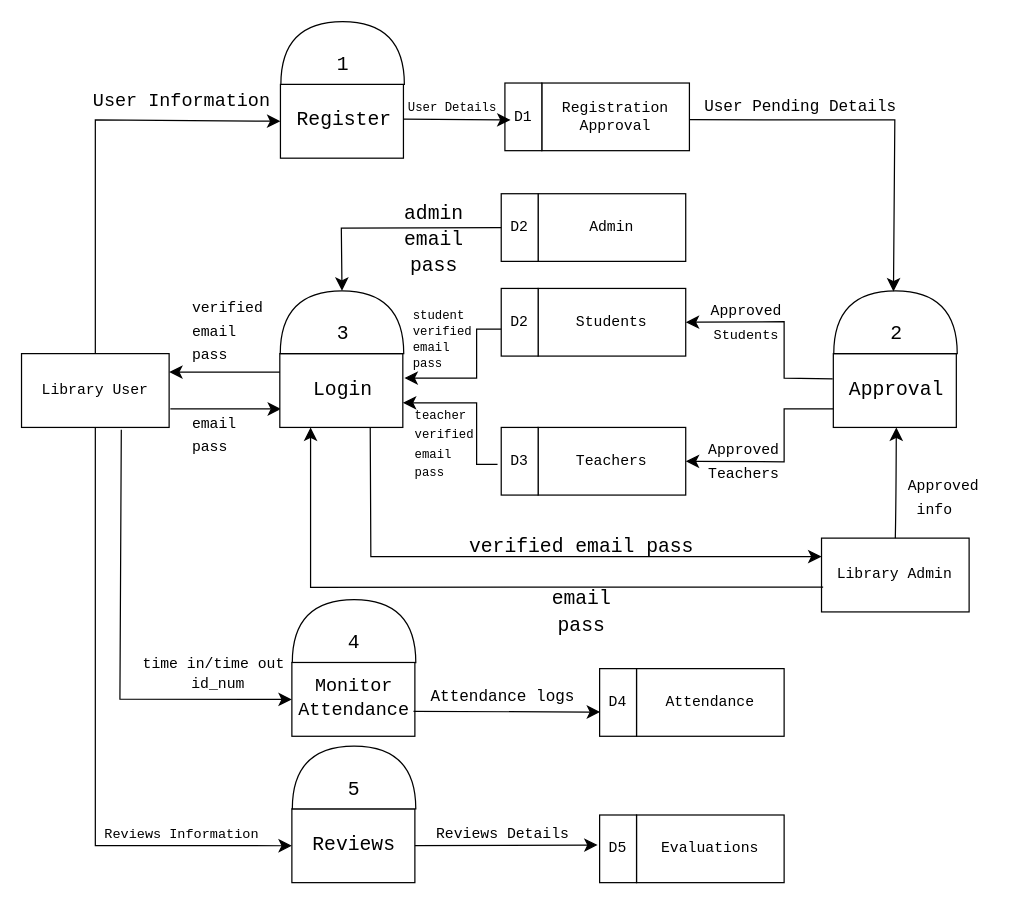
Before: Untitled Diagram.drawio in carmelooo1/capstone_docs, a draw.io diagram. Source tidied: cells renumbered, new cells numbered last; positions are measured from the earlier drawing's top-left corner, leaving out a move shared by most shapes. Both pictures are drawn from the tidied source at 123%, with x=0, y=0 at pixel (21, -10).
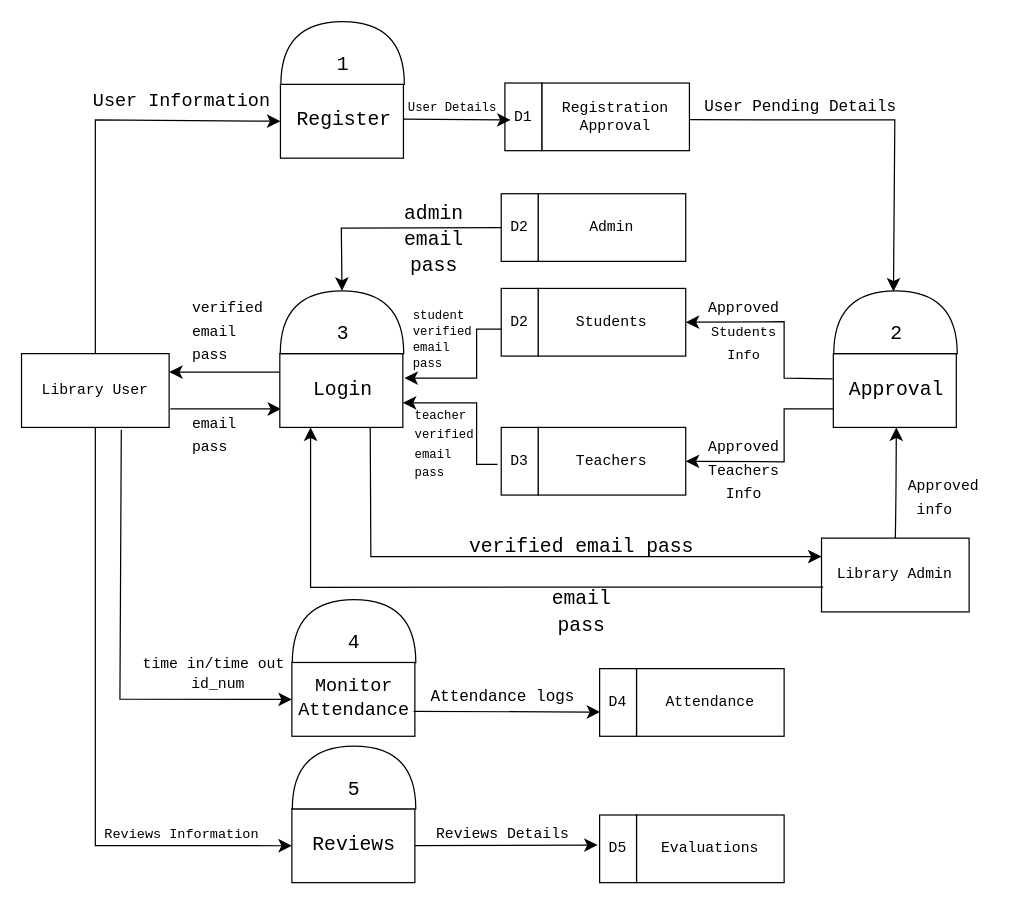
Above is the later version.

The edit, as a diff of the source:
```diff
@@
-    <mxCell id="64" value="&lt;font&gt;&lt;font style=&quot;font-size: 12px;&quot;&gt;Approved&lt;/font&gt;&lt;/font&gt;&lt;div&gt;&lt;font size=&quot;1&quot;&gt;&lt;font style=&quot;&quot;&gt;&lt;/font&gt;&lt;font style=&quot;font-size: 11px;&quot;&gt;Students&lt;/font&gt;&lt;/font&gt;&lt;/div&gt;" style="text;html=1;align=center;verticalAlign=middle;strokeColor=none;fillColor=none;fontSize=16;fontFamily=Courier New;" parent="1" vertex="1">
-      <mxGeometry x="549" y="245" width="80" height="50" as="geometry" />
+    <mxCell id="64" value="&lt;font&gt;&lt;font style=&quot;font-size: 12px;&quot;&gt;Approved&lt;/font&gt;&lt;/font&gt;&lt;div&gt;&lt;font size=&quot;1&quot;&gt;&lt;font style=&quot;&quot;&gt;&lt;/font&gt;&lt;font style=&quot;font-size: 11px;&quot;&gt;Students&lt;/font&gt;&lt;/font&gt;&lt;/div&gt;&lt;div&gt;&lt;span style=&quot;font-size: 11px;&quot;&gt;Info&lt;/span&gt;&lt;/div&gt;" style="text;html=1;align=center;verticalAlign=middle;strokeColor=none;fillColor=none;fontSize=16;fontFamily=Courier New;" parent="1" vertex="1">
+      <mxGeometry x="547" y="242" width="80" height="70" as="geometry" />
     </mxCell>
-    <mxCell id="65" value="&lt;font&gt;&lt;font style=&quot;font-size: 12px;&quot;&gt;Approved&lt;/font&gt;&lt;/font&gt;&lt;div&gt;&lt;font&gt;&lt;font style=&quot;font-size: 12px;&quot;&gt;Teachers&lt;/font&gt;&lt;/font&gt;&lt;/div&gt;" style="text;html=1;align=center;verticalAlign=middle;strokeColor=none;fillColor=none;fontSize=16;fontFamily=Courier New;" parent="1" vertex="1">
-      <mxGeometry x="547" y="357.5" width="80" height="50" as="geometry" />
+    <mxCell id="65" value="&lt;font&gt;&lt;font style=&quot;font-size: 12px;&quot;&gt;Approved&lt;/font&gt;&lt;/font&gt;&lt;div&gt;&lt;font&gt;&lt;font style=&quot;font-size: 12px;&quot;&gt;Teachers&lt;/font&gt;&lt;/font&gt;&lt;/div&gt;&lt;div&gt;&lt;font&gt;&lt;font style=&quot;font-size: 12px;&quot;&gt;Info&lt;/font&gt;&lt;/font&gt;&lt;/div&gt;" style="text;html=1;align=center;verticalAlign=middle;strokeColor=none;fillColor=none;fontSize=16;fontFamily=Courier New;" parent="1" vertex="1">
+      <mxGeometry x="547" y="355" width="80" height="70" as="geometry" />
     </mxCell>
```
